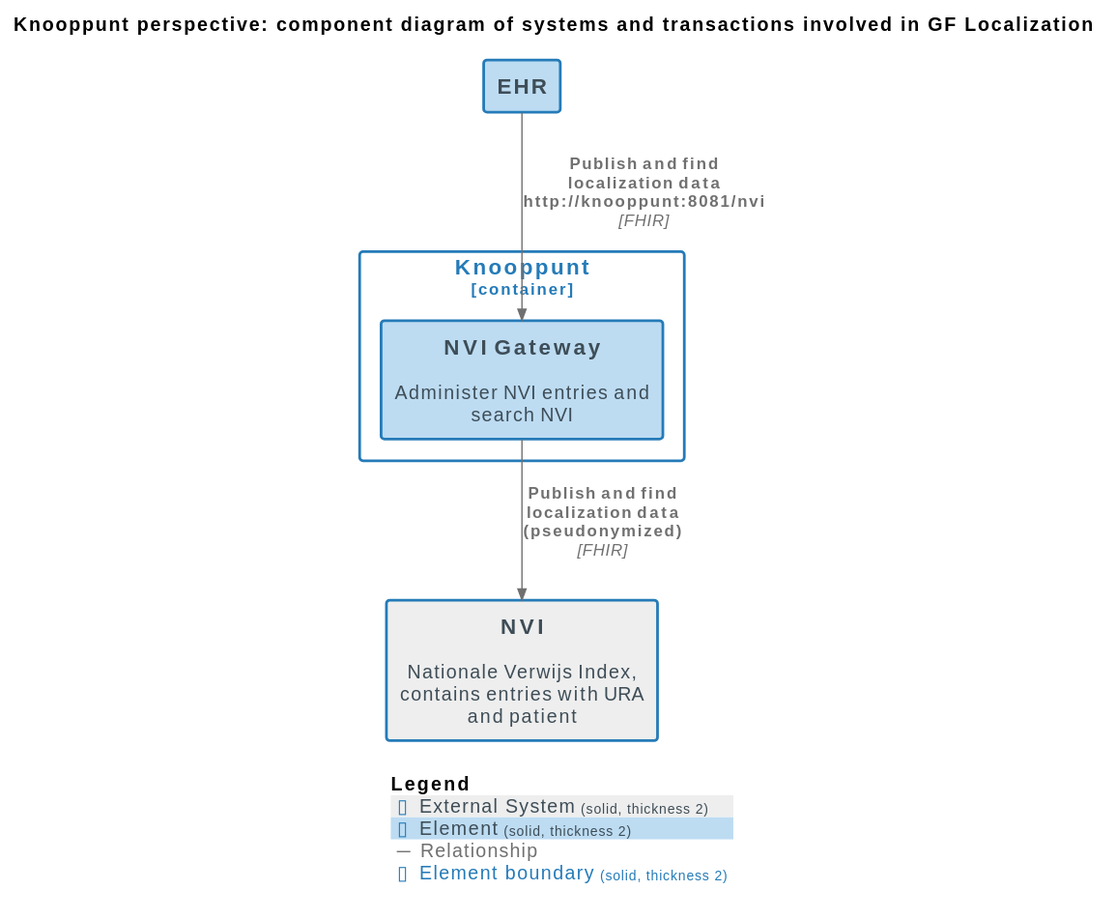
Earlier version of the PlantUML export docs/images/structurizr-GF_Localization_ComponentDiagram.svg (nuts-foundation/nuts-knooppunt). The source it was exported from:
```plantuml
@startuml
set separator none
title Knooppunt perspective: component diagram of systems and transactions involved in GF Localization

top to bottom direction

!include <C4/C4>
!include <C4/C4_Context>
!include <C4/C4_Container>
!include <C4/C4_Component>

AddElementTag("External System", $bgColor="#eeeeee", $borderColor="#257bb8", $fontColor="#3e4d57", $sprite="", $shadowing="", $borderStyle="solid", $borderThickness="2")
AddElementTag("Element", $bgColor="#bddcf2", $borderColor="#257bb8", $fontColor="#3e4d57", $sprite="", $shadowing="", $borderStyle="solid", $borderThickness="2")

AddRelTag("Relationship", $textColor="#707070", $lineColor="#707070", $lineStyle = "")

AddBoundaryTag("Element", $bgColor="#ffffff", $borderColor="#257bb8", $fontColor="#257bb8", $shadowing="", $borderStyle="solid", $borderThickness="2")

System(NVI, "NVI", $descr="Nationale Verwijs Index, contains entries with URA and patient", $tags="External System", $link="")
Container(XIS.EHR, "EHR", $techn="", $descr="", $tags="Element", $link="")

Container_Boundary("XIS.Knooppunt_boundary", "Knooppunt", $tags="Element") {
  Component(XIS.Knooppunt.NVIGateway, "NVI Gateway", $techn="", $descr="Administer NVI entries and search NVI", $tags="Element", $link="")
}

Rel(XIS.EHR, XIS.Knooppunt.NVIGateway, "Publish and find localization data\nhttp://knooppunt:8081/nvi", $techn="FHIR", $tags="Relationship", $link="")
Rel(XIS.Knooppunt.NVIGateway, NVI, "Publish and find localization data\n(pseudonymized)", $techn="FHIR", $tags="Relationship", $link="")

SHOW_LEGEND(true)
@enduml
```
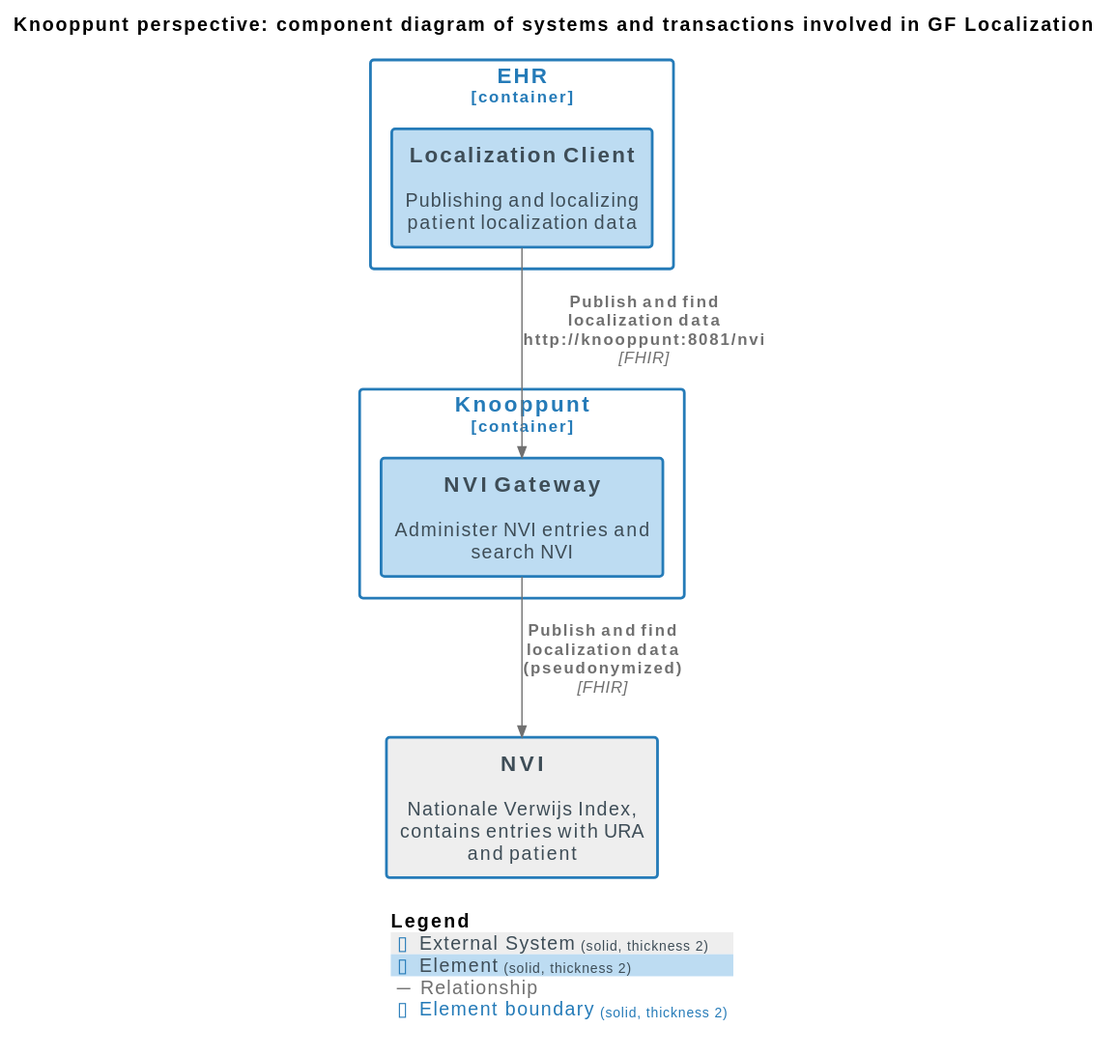
The same file after the commit.

Change to the diagram source:
```diff
@@ -6,7 +6,6 @@
 
 !include <C4/C4>
 !include <C4/C4_Context>
-!include <C4/C4_Container>
 !include <C4/C4_Component>
 
 AddElementTag("External System", $bgColor="#eeeeee", $borderColor="#257bb8", $fontColor="#3e4d57", $sprite="", $shadowing="", $borderStyle="solid", $borderThickness="2")
@@ -17,13 +16,16 @@
 AddBoundaryTag("Element", $bgColor="#ffffff", $borderColor="#257bb8", $fontColor="#257bb8", $shadowing="", $borderStyle="solid", $borderThickness="2")
 
 System(NVI, "NVI", $descr="Nationale Verwijs Index, contains entries with URA and patient", $tags="External System", $link="")
-Container(XIS.EHR, "EHR", $techn="", $descr="", $tags="Element", $link="")
 
 Container_Boundary("XIS.Knooppunt_boundary", "Knooppunt", $tags="Element") {
   Component(XIS.Knooppunt.NVIGateway, "NVI Gateway", $techn="", $descr="Administer NVI entries and search NVI", $tags="Element", $link="")
 }
 
-Rel(XIS.EHR, XIS.Knooppunt.NVIGateway, "Publish and find localization data\nhttp://knooppunt:8081/nvi", $techn="FHIR", $tags="Relationship", $link="")
+Container_Boundary("XIS.EHR_boundary", "EHR", $tags="Element") {
+  Component(XIS.EHR.LocalizationClient, "Localization Client", $techn="", $descr="Publishing and localizing patient localization data", $tags="Element", $link="")
+}
+
+Rel(XIS.EHR.LocalizationClient, XIS.Knooppunt.NVIGateway, "Publish and find localization data\nhttp://knooppunt:8081/nvi", $techn="FHIR", $tags="Relationship", $link="")
 Rel(XIS.Knooppunt.NVIGateway, NVI, "Publish and find localization data\n(pseudonymized)", $techn="FHIR", $tags="Relationship", $link="")
 
 SHOW_LEGEND(true)
```
